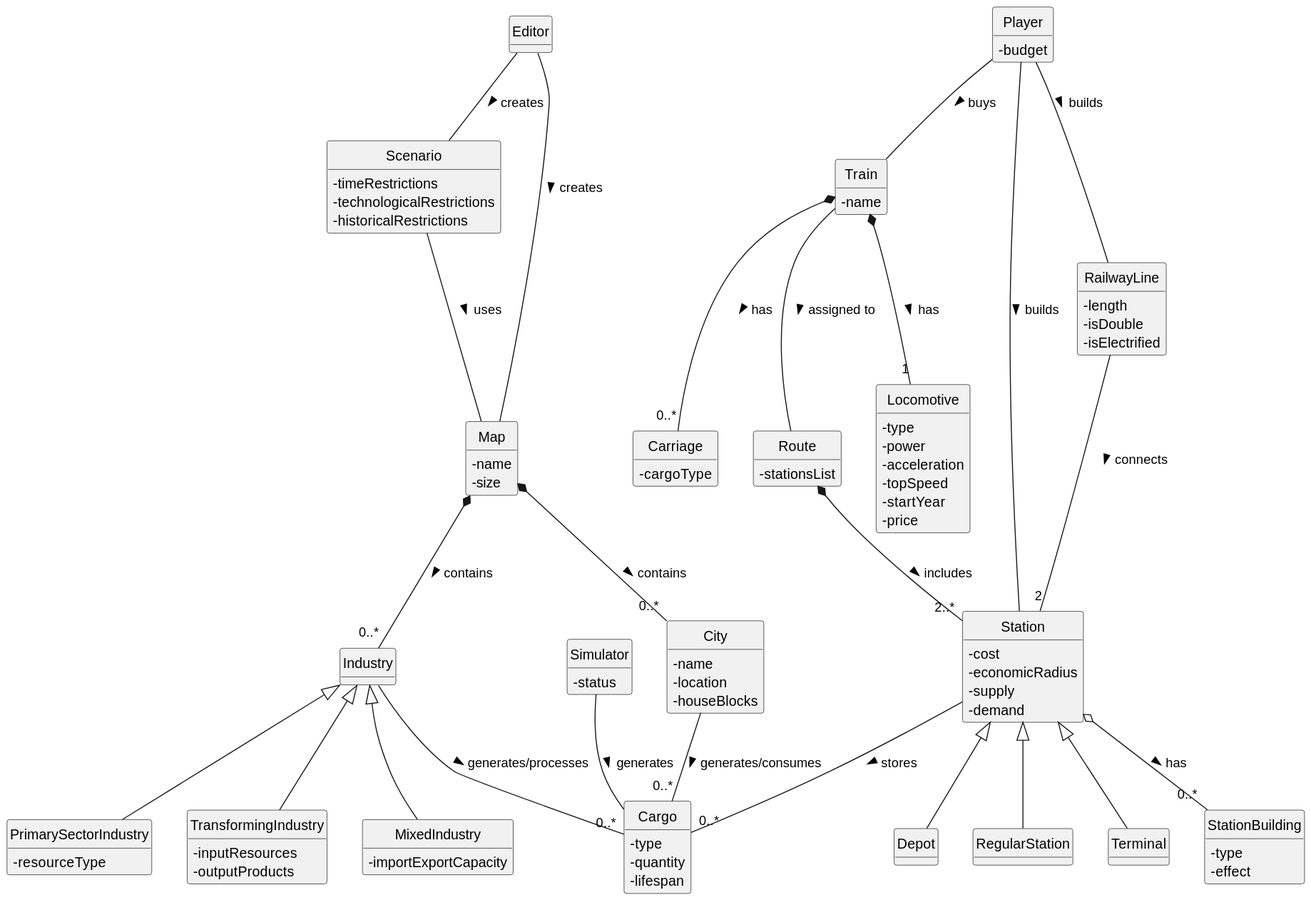
The PlantUML diagram docs/sprint1/global-artifacts/02.analysis/svg/project-domain-model.svg in ivasduarte/all-aboard, before a commit. Its diagram source:
```plantuml
@startuml
skinparam classAttributeIconSize 0
skinparam monochrome true
skinparam packageStyle rectangle
skinparam shadowing false

hide circle
hide methods

class Editor {
}

class Player {
  -budget
}

class Map {
  -name
  -size
}

class Scenario {
  -timeRestrictions
  -technologicalRestrictions
  -historicalRestrictions
}

class City {
  -name
  -location
  -houseBlocks
}

class Industry {
}

class PrimarySectorIndustry {
  -resourceType
}

class TransformingIndustry {
  -inputResources
  -outputProducts
}

class MixedIndustry {
  -importExportCapacity
}

class Station {
  -cost
  -economicRadius
  -supply
  -demand
}

class Depot {
}

class RegularStation {
}

class Terminal {
}

class StationBuilding {
  -type
  -effect
}

class RailwayLine {
  -length
  -isDouble
  -isElectrified
}

class Train {
  -name
}

class Locomotive {
  -type
  -power
  -acceleration
  -topSpeed
  -startYear
  -price
}

class Carriage {
  -cargoType
}

class Route {
  -stationsList
}

class Cargo {
  -type
  -quantity
  -lifespan
}

class Simulator {
  -status
}

Editor -- Map : creates >
Editor -- Scenario : creates >
Map *-- "0..*" City : contains >
Map *-- "0..*" Industry : contains >
Scenario -- Map : uses >

Industry <|-- PrimarySectorIndustry
Industry <|-- TransformingIndustry
Industry <|-- MixedIndustry

Station <|-- Depot
Station <|-- RegularStation
Station <|-- Terminal
Station o-- "0..*" StationBuilding : has >
Station -- "0..*" Cargo : stores >

RailwayLine -- "2" Station : connects >

Player -- Station : builds >
Player -- RailwayLine : builds >
Player -- Train : buys >

Train *-- "1" Locomotive : has >
Train *-- "0..*" Carriage : has >
Train -- Route : assigned to >
Route *-- "2..*" Station : includes >

City -- "0..*" Cargo : generates/consumes >
Industry -- "0..*" Cargo : generates/processes >

Simulator -- Cargo : generates >
@enduml
```
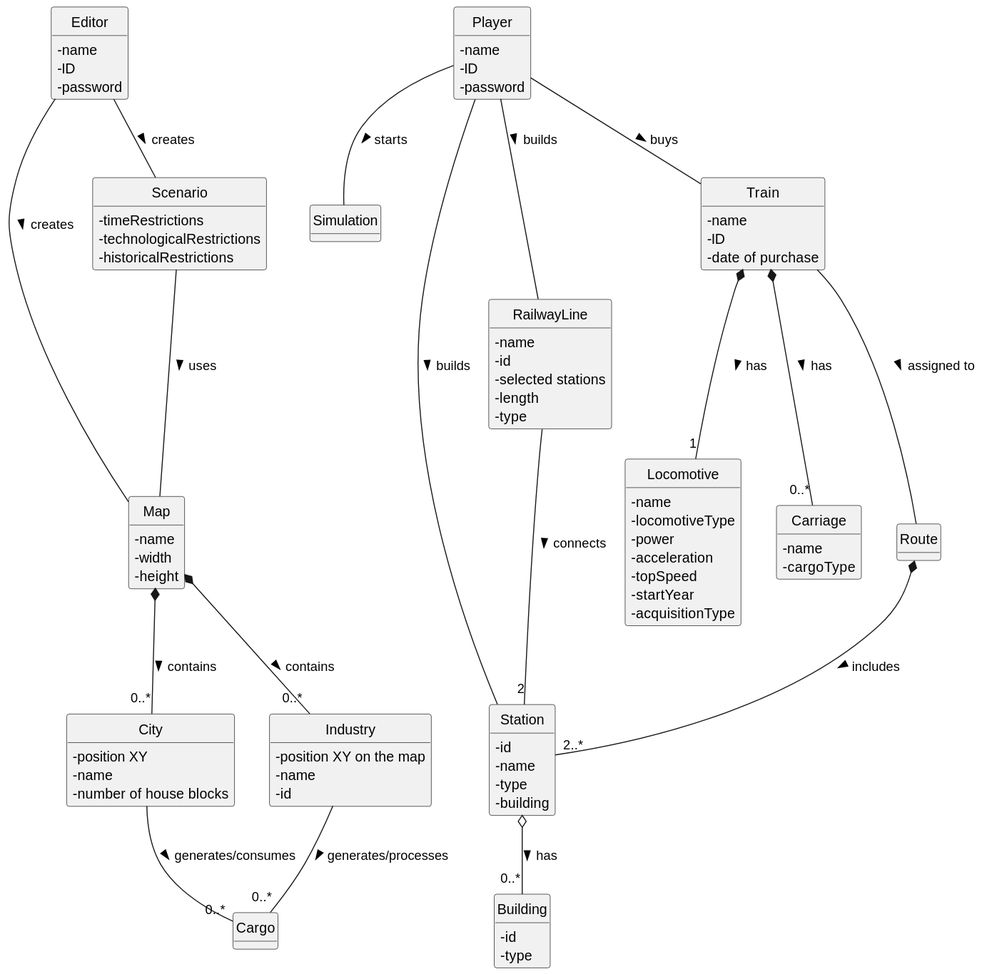
Above is the later version.

Commit message:
(docs): update on project domain model

The edit, as a diff of the source:
```diff
@@ -7,103 +7,90 @@
 hide circle
 hide methods
 
-class Editor {
+class Editor{
+- name
+    - ID
+    - password
 }
 
-class Player {
-  -budget
+class Player{
+- name
+    - ID
+    - password
 }
 
-class Map {
-  -name
-  -size
+class Simulation{
 }
 
-class Scenario {
-  -timeRestrictions
-  -technologicalRestrictions
-  -historicalRestrictions
+class Map{
+- name
+- width
+- height
 }
 
-class City {
-  -name
-  -location
-  -houseBlocks
+class City{
+- position XY
+    - name
+    - number of house blocks
 }
 
-class Industry {
+class Industry{
+ - position XY on the map
+    - name
+    - id
 }
 
-class PrimarySectorIndustry {
-  -resourceType
+class Scenario{
+   - timeRestrictions
+  - technologicalRestrictions
+  - historicalRestrictions
 }
 
-class TransformingIndustry {
-  -inputResources
-  -outputProducts
+class Station{
+    - id
+        - name
+        - type
+        - building
 }
 
-class MixedIndustry {
-  -importExportCapacity
+class Building{
+    - id
+    - type
 }
 
-class Station {
-  -cost
-  -economicRadius
-  -supply
-  -demand
+class Cargo{
 }
 
-class Depot {
+class RailwayLine{
+- name
+    - id
+    - selected stations
+    - length
+    - type
 }
 
-class RegularStation {
+
+class Train{
+- name
+    - ID
+    - date of purchase
 }
 
-class Terminal {
+class Locomotive{
+- name
+    - locomotiveType
+    - power
+    - acceleration
+    - topSpeed
+    - startYear
+    - acquisitionType
 }
 
-class StationBuilding {
-  -type
-  -effect
+class Carriage{
+- name
+    - cargoType
 }
 
-class RailwayLine {
-  -length
-  -isDouble
-  -isElectrified
-}
-
-class Train {
-  -name
-}
-
-class Locomotive {
-  -type
-  -power
-  -acceleration
-  -topSpeed
-  -startYear
-  -price
-}
-
-class Carriage {
-  -cargoType
-}
-
-class Route {
-  -stationsList
-}
-
-class Cargo {
-  -type
-  -quantity
-  -lifespan
-}
-
-class Simulator {
-  -status
-}
 
 Editor -- Map : creates >
 Editor -- Scenario : creates >
@@ -111,21 +98,16 @@
 Map *-- "0..*" Industry : contains >
 Scenario -- Map : uses >
 
-Industry <|-- PrimarySectorIndustry
-Industry <|-- TransformingIndustry
-Industry <|-- MixedIndustry
+Station o-- "0..*" Building : has >
 
-Station <|-- Depot
-Station <|-- RegularStation
-Station <|-- Terminal
-Station o-- "0..*" StationBuilding : has >
-Station -- "0..*" Cargo : stores >
 
 RailwayLine -- "2" Station : connects >
 
 Player -- Station : builds >
 Player -- RailwayLine : builds >
 Player -- Train : buys >
+
+Player -- Simulation: starts >
 
 Train *-- "1" Locomotive : has >
 Train *-- "0..*" Carriage : has >
@@ -134,6 +116,4 @@
 
 City -- "0..*" Cargo : generates/consumes >
 Industry -- "0..*" Cargo : generates/processes >
-
-Simulator -- Cargo : generates >
 @enduml
```
